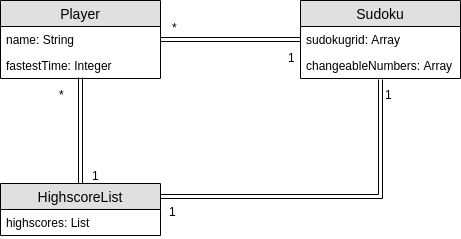
This is dokumentointi/luokkakaavio.png from Roeoeri/otharkka2019, a draw.io export, as it was before one commit. Source tidied: cells renumbered, new cells last; positions are measured from the earlier drawing's top-left corner, leaving out a move shared by most shapes.
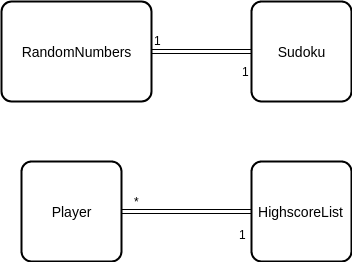
Later version of the same file.

Commit message:
kuvia lisätty

Diff of the diagram source:
```diff
@@ -2,56 +2,35 @@
   <root>
     <mxCell id="0" />
     <mxCell id="1" parent="0" />
+    <mxCell id="9" value="Sudoku" style="strokeWidth=2;rounded=1;arcSize=10;whiteSpace=wrap;html=1;align=center;fontSize=14;" parent="1" vertex="1">
+      <mxGeometry x="520" y="50" width="100" height="100" as="geometry" />
+    </mxCell>
+    <mxCell id="19" style="edgeStyle=orthogonalEdgeStyle;rounded=0;jettySize=auto;html=1;exitX=1;exitY=0.5;exitDx=0;exitDy=0;entryX=0;entryY=0.5;entryDx=0;entryDy=0;shape=link;" parent="1" edge="1" source="20" target="9">
+      <mxGeometry relative="1" as="geometry" />
+    </mxCell>
+    <mxCell id="20" value="RandomNumbers" style="strokeWidth=2;rounded=1;arcSize=10;whiteSpace=wrap;html=1;align=center;fontSize=14;" parent="1" vertex="1">
+      <mxGeometry x="270" y="50" width="150" height="100" as="geometry" />
+    </mxCell>
+    <mxCell id="21" style="edgeStyle=orthogonalEdgeStyle;shape=link;rounded=0;jettySize=auto;html=1;" parent="1" edge="1" source="2" target="7">
+      <mxGeometry relative="1" as="geometry" />
+    </mxCell>
-    <mxCell id="2" value="Player" style="swimlane;fontStyle=0;horizontal=1;startSize=26;fillColor=#e0e0e0;swimlaneFillColor=#ffffff;align=center;fontSize=14;" parent="1" vertex="1">
-      <mxGeometry width="160" height="78" as="geometry" />
+    <mxCell id="2" value="Player" style="strokeWidth=2;rounded=1;arcSize=10;whiteSpace=wrap;html=1;align=center;fontSize=14;" parent="1" vertex="1">
+      <mxGeometry x="290" y="210" width="100" height="100" as="geometry" />
     </mxCell>
-    <mxCell id="3" value="name: String" style="text;strokeColor=none;fillColor=none;spacingLeft=4;spacingRight=4;overflow=hidden;points=[[0,0.5],[1,0.5]];portConstraint=eastwest;fontSize=12;" parent="2" vertex="1">
-      <mxGeometry y="26" width="160" height="26" as="geometry" />
-    </mxCell>
-    <mxCell id="4" value="fastestTime: Integer" style="text;strokeColor=none;fillColor=none;spacingLeft=4;spacingRight=4;overflow=hidden;points=[[0,0.5],[1,0.5]];portConstraint=eastwest;fontSize=12;" parent="2" vertex="1">
-      <mxGeometry y="52" width="160" height="26" as="geometry" />
-    </mxCell>
-    <mxCell id="5" style="edgeStyle=orthogonalEdgeStyle;shape=link;rounded=0;jettySize=auto;html=1;exitX=0.5;exitY=0;exitDx=0;exitDy=0;entryX=0.5;entryY=0.962;entryDx=0;entryDy=0;entryPerimeter=0;" parent="1" edge="1" source="7" target="4">
-      <mxGeometry relative="1" as="geometry" />
-    </mxCell>
-    <mxCell id="6" style="edgeStyle=orthogonalEdgeStyle;shape=link;rounded=0;jettySize=auto;html=1;exitX=1;exitY=0.25;exitDx=0;exitDy=0;entryX=0.5;entryY=1.038;entryDx=0;entryDy=0;entryPerimeter=0;" parent="1" edge="1" source="7" target="11">
-      <mxGeometry relative="1" as="geometry" />
-    </mxCell>
-    <mxCell id="7" value="HighscoreList" style="swimlane;fontStyle=0;horizontal=1;startSize=26;fillColor=#e0e0e0;swimlaneFillColor=#ffffff;align=center;fontSize=14;" parent="1" vertex="1">
-      <mxGeometry y="183" width="160" height="52" as="geometry" />
+    <mxCell id="7" value="HighscoreList" style="strokeWidth=2;rounded=1;arcSize=10;whiteSpace=wrap;html=1;align=center;fontSize=14;" parent="1" vertex="1">
+      <mxGeometry x="520" y="210" width="100" height="100" as="geometry" />
     </mxCell>
-    <mxCell id="8" value="highscores: List" style="text;strokeColor=none;fillColor=none;spacingLeft=4;spacingRight=4;overflow=hidden;fontSize=12;" parent="7" vertex="1">
-      <mxGeometry y="26" width="160" height="26" as="geometry" />
-    </mxCell>
-    <mxCell id="9" value="Sudoku" style="swimlane;fontStyle=0;horizontal=1;startSize=26;fillColor=#e0e0e0;swimlaneFillColor=#ffffff;align=center;fontSize=14;" parent="1" vertex="1">
-      <mxGeometry x="300" width="160" height="78" as="geometry" />
-    </mxCell>
-    <mxCell id="10" value="sudokugrid: Array" style="text;strokeColor=none;fillColor=none;spacingLeft=4;spacingRight=4;overflow=hidden;points=[[0,0.5],[1,0.5]];portConstraint=eastwest;fontSize=12;" parent="9" vertex="1">
-      <mxGeometry y="26" width="160" height="26" as="geometry" />
-    </mxCell>
-    <mxCell id="11" value="changeableNumbers: Array" style="text;strokeColor=none;fillColor=none;spacingLeft=4;spacingRight=4;overflow=hidden;points=[[0,0.5],[1,0.5]];portConstraint=eastwest;fontSize=12;" parent="9" vertex="1">
-      <mxGeometry y="52" width="160" height="26" as="geometry" />
-    </mxCell>
-    <mxCell id="12" style="edgeStyle=orthogonalEdgeStyle;shape=link;rounded=0;jettySize=auto;html=1;exitX=1;exitY=0.5;exitDx=0;exitDy=0;entryX=0;entryY=0.5;entryDx=0;entryDy=0;" parent="1" edge="1" source="3" target="10">
-      <mxGeometry relative="1" as="geometry" />
-    </mxCell>
-    <mxCell id="13" value="1" style="text;html=1;align=left;verticalAlign=top;spacingTop=-4;" parent="1" vertex="1">
-      <mxGeometry x="90" y="166" width="20" height="20" as="geometry" />
-    </mxCell>
-    <mxCell id="14" value="*" style="text;html=1;align=left;verticalAlign=top;spacingTop=-4;" parent="1" vertex="1">
-      <mxGeometry x="57" y="85" width="20" height="20" as="geometry" />
-    </mxCell>
-    <mxCell id="15" value="1" style="text;html=1;align=left;verticalAlign=top;spacingTop=-4;" parent="1" vertex="1">
-      <mxGeometry x="167" y="202" width="20" height="20" as="geometry" />
-    </mxCell>
-    <mxCell id="16" value="1" style="text;html=1;align=left;verticalAlign=top;spacingTop=-4;" parent="1" vertex="1">
-      <mxGeometry x="383" y="85" width="20" height="20" as="geometry" />
-    </mxCell>
-    <mxCell id="17" value="*" style="text;html=1;align=left;verticalAlign=top;spacingTop=-4;" parent="1" vertex="1">
-      <mxGeometry x="170" y="18" width="20" height="20" as="geometry" />
-    </mxCell>
-    <mxCell id="18" value="1" style="text;html=1;align=left;verticalAlign=top;spacingTop=-4;" parent="1" vertex="1">
-      <mxGeometry x="286" y="48" width="20" height="20" as="geometry" />
-    </mxCell>
+    <mxCell id="22" value="*" style="text;html=1;align=left;verticalAlign=top;spacingTop=-4;" parent="1" vertex="1">
+      <mxGeometry x="401" y="241" width="20" height="20" as="geometry" />
+    </mxCell>
+    <mxCell id="23" value="1" style="text;html=1;align=left;verticalAlign=top;spacingTop=-4;" parent="1" vertex="1">
+      <mxGeometry x="506" y="274" width="20" height="20" as="geometry" />
+    </mxCell>
+    <mxCell id="24" value="1" style="text;html=1;align=left;verticalAlign=top;spacingTop=-4;" parent="1" vertex="1">
+      <mxGeometry x="421" y="80" width="20" height="20" as="geometry" />
+    </mxCell>
+    <mxCell id="25" value="1" style="text;html=1;align=left;verticalAlign=top;spacingTop=-4;" parent="1" vertex="1">
+      <mxGeometry x="509" y="111" width="20" height="20" as="geometry" />
+    </mxCell>
   </root>
 </mxGraphModel>
```
